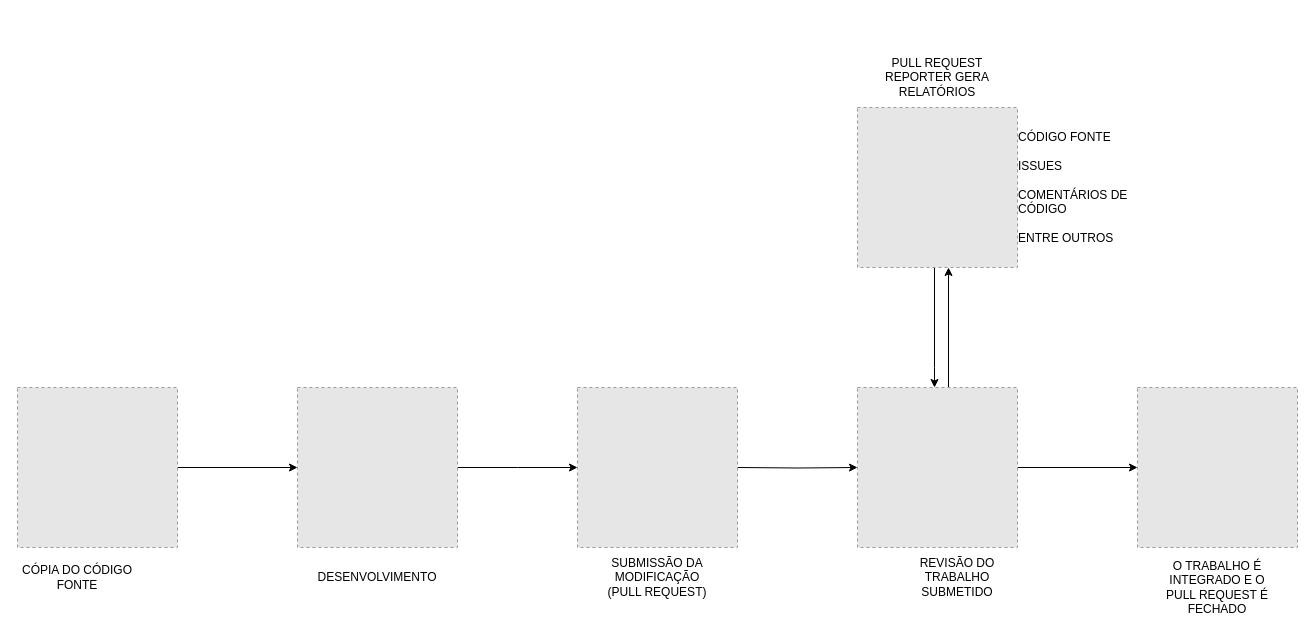
Earlier version of the draw.io diagram processo do pull request reporter.drawio (felipegustavo/mydrawio). Source tidied: cells renumbered, new cells numbered last; positions are measured from the earlier drawing's top-left corner, leaving out a move shared by most shapes. Both pictures are drawn from the tidied source at 100%, with x=0, y=0 at pixel (17, 67). Pictures stored in the file or linked from it are replaced by grey dashed boxes.
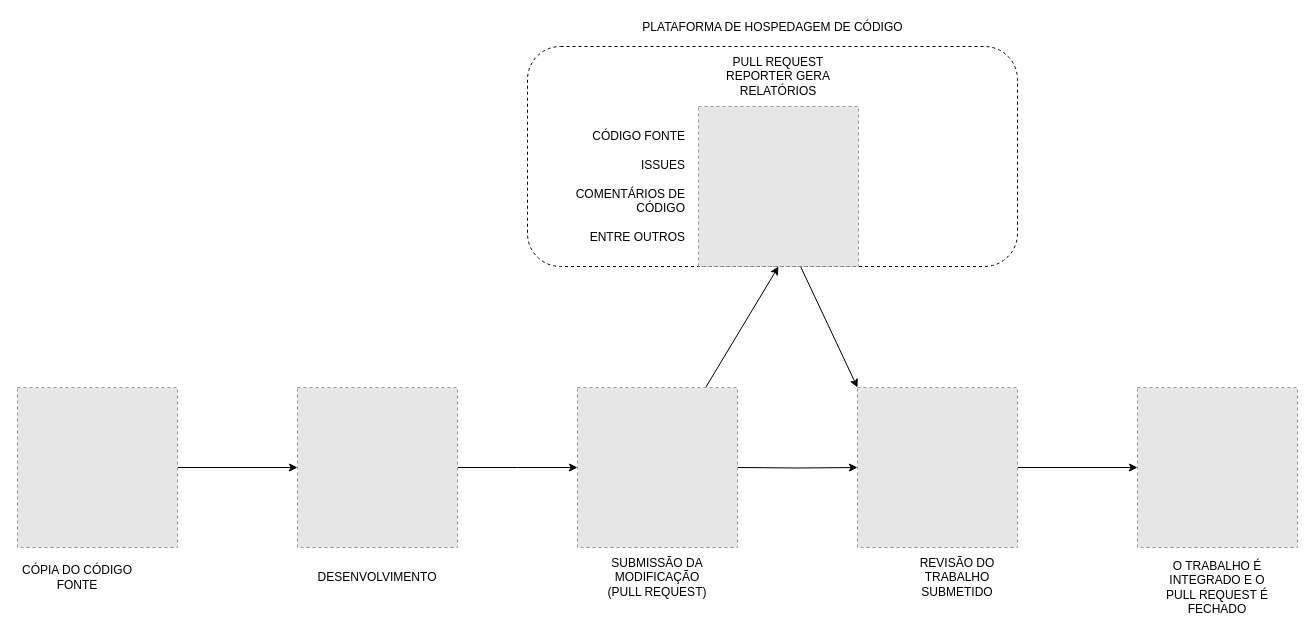
The same page after the edit.

Unchanged cells that the change refers to:
```xml
<mxCell id="9" style="fillColor=#E6E6E6;strokeColor=#999999;dashed=1;html=1;verticalAlign=top;verticalLabelPosition=bottom;labelBackgroundColor=#ffffff;" parent="1" vertex="1">
  <mxGeometry x="840" y="320" width="160" height="160" as="geometry" />
</mxCell>
<mxCell id="11" style="fillColor=#E6E6E6;strokeColor=#999999;dashed=1;html=1;verticalAlign=top;verticalLabelPosition=bottom;labelBackgroundColor=#ffffff;" parent="1" vertex="1">
  <mxGeometry x="560" y="320" width="160" height="160" as="geometry" />
</mxCell>
```

Diff of the diagram source:
```diff
@@
-    <mxCell id="8" style="edgeStyle=orthogonalEdgeStyle;rounded=0;orthogonalLoop=1;jettySize=auto;html=1;" parent="1" edge="1">
-      <mxGeometry relative="1" as="geometry">
-        <mxPoint x="931" y="320" as="sourcePoint" />
-        <mxPoint x="931" y="200" as="targetPoint" />
-      </mxGeometry>
-    </mxCell>
@@
+    <mxCell id="21" style="rounded=0;jettySize=auto;html=1;entryX=0.5;entryY=1;entryDx=0;entryDy=0;" parent="1" edge="1" source="11" target="18">
+      <mxGeometry relative="1" as="geometry" />
+    </mxCell>
@@
-    <mxCell id="17" style="edgeStyle=orthogonalEdgeStyle;rounded=0;orthogonalLoop=1;jettySize=auto;html=1;exitX=0.375;exitY=1;exitDx=0;exitDy=0;exitPerimeter=0;" parent="1" edge="1">
-      <mxGeometry relative="1" as="geometry">
-        <mxPoint x="917" y="200" as="sourcePoint" />
-        <mxPoint x="917" y="320" as="targetPoint" />
-        <Array as="points">
-          <mxPoint x="917" y="300" />
-          <mxPoint x="917" y="300" />
-        </Array>
-      </mxGeometry>
-    </mxCell>
+    <mxCell id="22" style="rounded=0;jettySize=auto;html=1;exitX=0.638;exitY=1;exitDx=0;exitDy=0;entryX=0;entryY=0;entryDx=0;entryDy=0;exitPerimeter=0;" parent="1" edge="1" source="18" target="9">
+      <mxGeometry relative="1" as="geometry" />
+    </mxCell>
+    <mxCell id="23" style="group;" parent="1" vertex="1">
+      <mxGeometry x="510" y="-1" width="490" height="200" as="geometry" />
+    </mxCell>
+    <mxCell id="24" style="group;dashed=1;" parent="23" vertex="1">
+      <mxGeometry width="490" height="200" as="geometry" />
+    </mxCell>
+    <mxCell id="25" style="rounded=1;whiteSpace=wrap;html=1;dashed=1;strokeColor=#000000;fillColor=none;" parent="24" vertex="1">
+      <mxGeometry y="-20" width="490" height="220" as="geometry" />
+    </mxCell>
+    <mxCell id="26" style="group;" parent="24" vertex="1">
+      <mxGeometry x="171" width="320" height="200" as="geometry" />
+    </mxCell>
+    <mxCell id="27" style="group;" parent="26" vertex="1">
+      <mxGeometry width="160" height="200" as="geometry" />
+    </mxCell>
-    <mxCell id="18" style="fillColor=#E6E6E6;strokeColor=#999999;dashed=1;html=1;verticalAlign=top;verticalLabelPosition=bottom;labelBackgroundColor=#ffffff;" parent="1" vertex="1">
-      <mxGeometry x="840" y="40" width="160" height="160" as="geometry" />
+    <mxCell id="18" style="fillColor=#E6E6E6;strokeColor=#999999;dashed=1;html=1;verticalAlign=top;verticalLabelPosition=bottom;labelBackgroundColor=#ffffff;" parent="27" vertex="1">
+      <mxGeometry y="40" width="160" height="160" as="geometry" />
     </mxCell>
-    <mxCell id="19" value="PULL REQUEST REPORTER GERA RELATÓRIOS" style="text;html=1;strokeColor=none;fillColor=none;align=center;verticalAlign=middle;whiteSpace=wrap;rounded=0;" parent="1" vertex="1">
-      <mxGeometry x="860" width="120" height="20" as="geometry" />
+    <mxCell id="19" value="PULL REQUEST REPORTER GERA RELATÓRIOS" style="text;html=1;fillColor=none;align=center;verticalAlign=middle;whiteSpace=wrap;rounded=0;" parent="27" vertex="1">
+      <mxGeometry x="20" width="120" height="20" as="geometry" />
     </mxCell>
-    <mxCell id="20" value="&lt;div align=&quot;left&quot;&gt;CÓDIGO FONTE&lt;/div&gt;&lt;div align=&quot;left&quot;&gt;&lt;br&gt;&lt;/div&gt;&lt;div align=&quot;left&quot;&gt;ISSUES&lt;/div&gt;&lt;div align=&quot;left&quot;&gt;&lt;br&gt;&lt;/div&gt;&lt;div align=&quot;left&quot;&gt;COMENTÁRIOS DE CÓDIGO&lt;/div&gt;&lt;div align=&quot;left&quot;&gt;&lt;br&gt;&lt;/div&gt;&lt;div align=&quot;left&quot;&gt;ENTRE OUTROS&lt;br&gt;&lt;/div&gt;" style="text;html=1;strokeColor=none;fillColor=none;align=center;verticalAlign=middle;whiteSpace=wrap;rounded=0;" parent="1" vertex="1">
-      <mxGeometry x="1000" y="40" width="160" height="160" as="geometry" />
+    <mxCell id="20" value="&lt;div align=&quot;right&quot;&gt;CÓDIGO FONTE&lt;/div&gt;&lt;div align=&quot;right&quot;&gt;&lt;br&gt;&lt;/div&gt;&lt;div align=&quot;right&quot;&gt;ISSUES&lt;/div&gt;&lt;div align=&quot;right&quot;&gt;&lt;br&gt;&lt;/div&gt;&lt;div align=&quot;right&quot;&gt;COMENTÁRIOS DE CÓDIGO&lt;/div&gt;&lt;div align=&quot;right&quot;&gt;&lt;br&gt;&lt;/div&gt;&lt;div align=&quot;right&quot;&gt;ENTRE OUTROS&lt;br&gt;&lt;/div&gt;" style="text;html=1;fillColor=none;align=right;verticalAlign=middle;whiteSpace=wrap;rounded=0;" parent="24" vertex="1">
+      <mxGeometry y="40" width="160" height="160" as="geometry" />
     </mxCell>
+    <mxCell id="28" value="PLATAFORMA DE HOSPEDAGEM DE CÓDIGO" style="text;html=1;strokeColor=none;fillColor=none;align=center;verticalAlign=middle;whiteSpace=wrap;rounded=0;" parent="1" vertex="1">
+      <mxGeometry x="617.5" y="-50" width="275" height="20" as="geometry" />
+    </mxCell>
```
